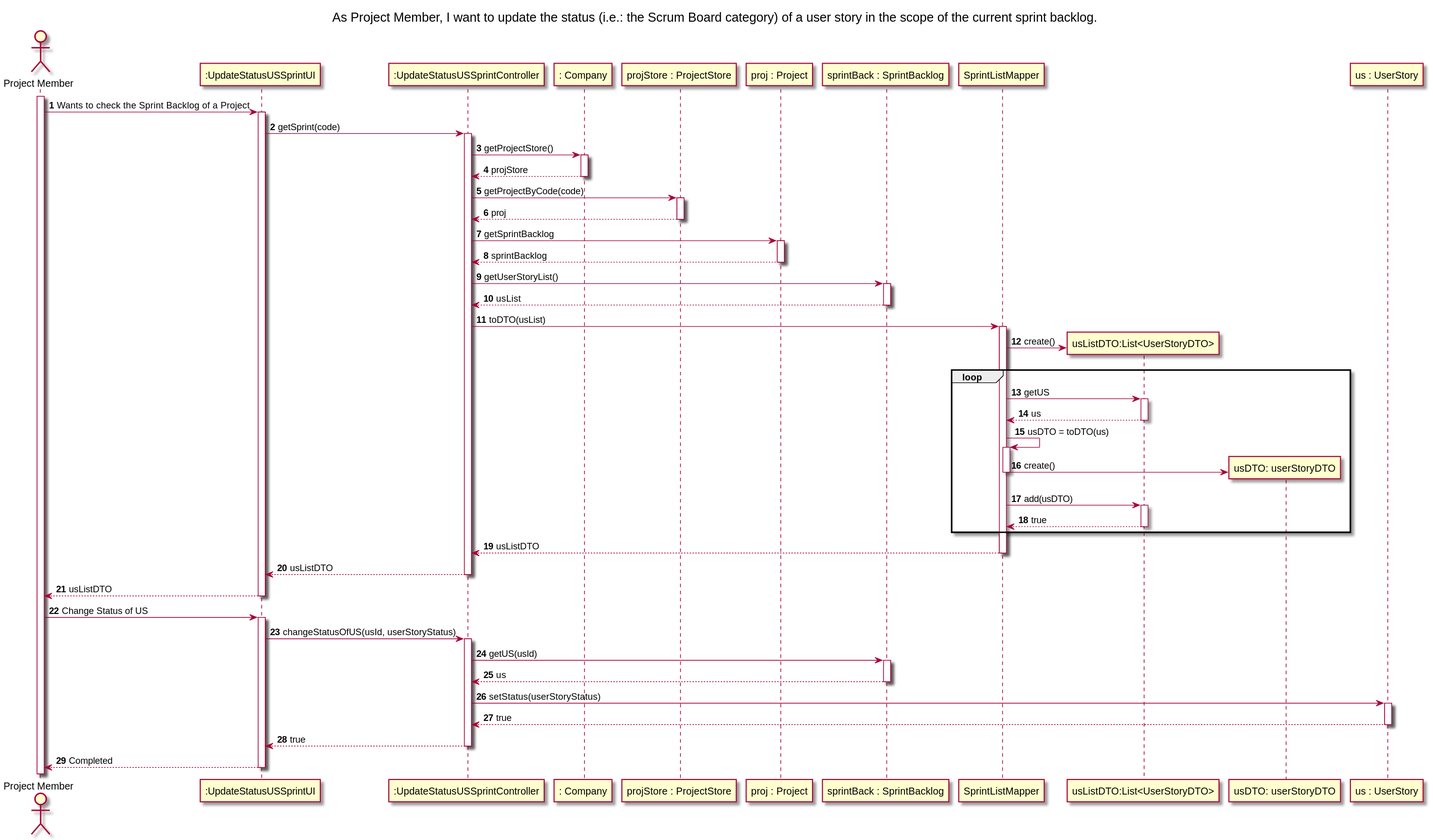
Before: docs/Sprint3/US034/US034-SD.svg, a diagram exported from PlantUML (nunogon1211787/projectManagement). Source of this version:
```plantuml
@startuml

title As Project Member, I want to update the status (i.e.: the Scrum Board category) of a user story in the scope of the current sprint backlog.

autoactivate on
autonumber

actor "Project Member" as PM
participant ":UpdateStatusUSSprintUI" as System
participant ":UpdateStatusUSSprintController" as Ctrl
participant ": Company" as C1
participant "projStore : ProjectStore" as C2
participant "proj : Project" as C3
participant "sprintBack : SprintBacklog" as C4
participant "SprintListMapper" as C5
participant "usListDTO:List<UserStoryDTO>" as C5.1
participant "usDTO: userStoryDTO" as C5.2
participant "us : UserStory" as C6

activate PM



PM -> System: Wants to check the Sprint Backlog of a Project
System -> Ctrl: getSprint(code)
Ctrl -> C1: getProjectStore()
C1 --> Ctrl: projStore
Ctrl -> C2: getProjectByCode(code)
C2 --> Ctrl: proj
Ctrl -> C3: getSprintBacklog
C3 --> Ctrl: sprintBacklog
Ctrl -> C4: getUserStoryList()
C4 --> Ctrl: usList
Ctrl -> C5: toDTO(usList)
C5 -> C5.1 ** : create()
loop
C5 -> C5.1: getUS
C5.1 --> C5: us
C5 -> C5: usDTO = toDTO(us)
C5 -> C5.2 ** : create()
deactivate C5
C5 -> C5.1: add(usDTO)
C5.1 --> C5: true
end
C5 --> Ctrl: usListDTO
Ctrl --> System: usListDTO
System --> PM: usListDTO
PM -> System: Change Status of US
System -> Ctrl: changeStatusOfUS(usId, userStoryStatus)
Ctrl -> C4: getUS(usId)
C4 --> Ctrl: us
Ctrl -> C6: setStatus(userStoryStatus)
C6 --> Ctrl: true
Ctrl --> System: true
System --> PM: Completed





@enduml
```
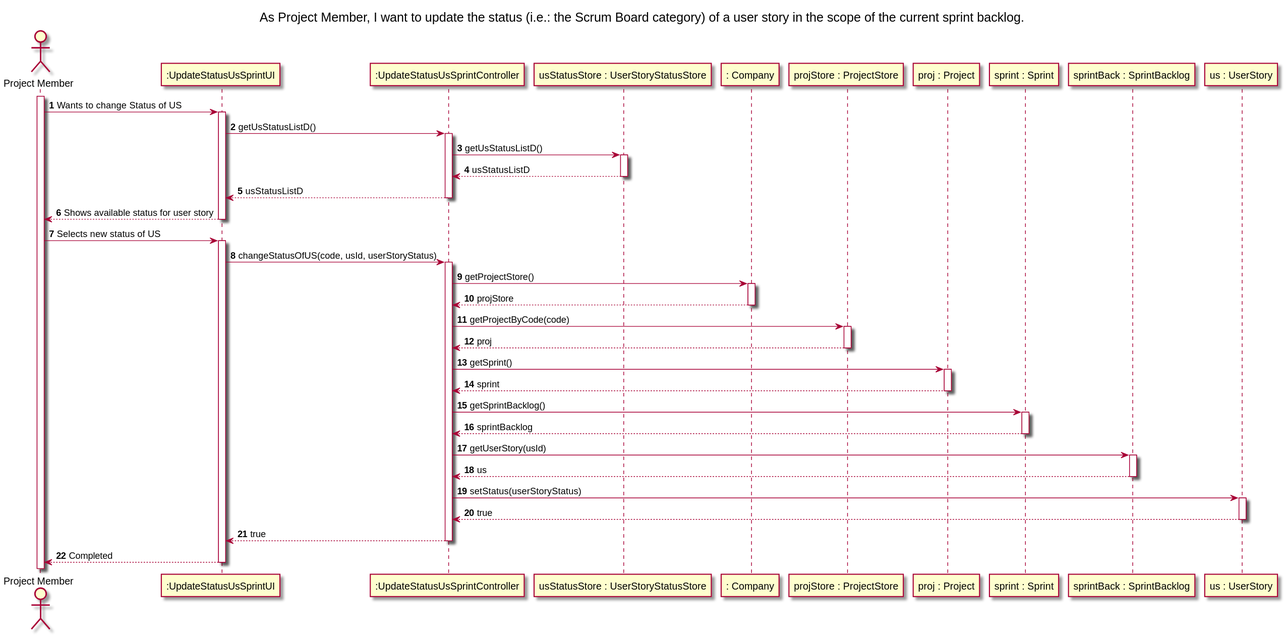
After the commit.

Diff of the diagram source:
```diff
@@ -6,48 +6,37 @@
 autonumber
 
 actor "Project Member" as PM
-participant ":UpdateStatusUSSprintUI" as System
-participant ":UpdateStatusUSSprintController" as Ctrl
+participant ":UpdateStatusUsSprintUI" as System
+participant ":UpdateStatusUsSprintController" as Ctrl
+participant "usStatusStore : UserStoryStatusStore" as C7
 participant ": Company" as C1
 participant "projStore : ProjectStore" as C2
 participant "proj : Project" as C3
+participant "sprint : Sprint" as C5
 participant "sprintBack : SprintBacklog" as C4
-participant "SprintListMapper" as C5
-participant "usListDTO:List<UserStoryDTO>" as C5.1
-participant "usDTO: userStoryDTO" as C5.2
+
 participant "us : UserStory" as C6
 
 activate PM
 
+PM -> System: Wants to change Status of US
+System -> Ctrl: getUsStatusListD()
+Ctrl -> C7: getUsStatusListD()
+C7 --> Ctrl: usStatusListD
+Ctrl --> System: usStatusListD
+System --> PM: Shows available status for user story
 
-
-PM -> System: Wants to check the Sprint Backlog of a Project
-System -> Ctrl: getSprint(code)
+PM -> System: Selects new status of US
+System -> Ctrl: changeStatusOfUS(code, usId, userStoryStatus)
 Ctrl -> C1: getProjectStore()
 C1 --> Ctrl: projStore
 Ctrl -> C2: getProjectByCode(code)
 C2 --> Ctrl: proj
-Ctrl -> C3: getSprintBacklog
-C3 --> Ctrl: sprintBacklog
-Ctrl -> C4: getUserStoryList()
-C4 --> Ctrl: usList
-Ctrl -> C5: toDTO(usList)
-C5 -> C5.1 ** : create()
-loop
-C5 -> C5.1: getUS
-C5.1 --> C5: us
-C5 -> C5: usDTO = toDTO(us)
-C5 -> C5.2 ** : create()
-deactivate C5
-C5 -> C5.1: add(usDTO)
-C5.1 --> C5: true
-end
-C5 --> Ctrl: usListDTO
-Ctrl --> System: usListDTO
-System --> PM: usListDTO
-PM -> System: Change Status of US
-System -> Ctrl: changeStatusOfUS(usId, userStoryStatus)
-Ctrl -> C4: getUS(usId)
+Ctrl -> C3: getSprint()
+C3 --> Ctrl: sprint
+Ctrl -> C5: getSprintBacklog()
+C5 --> Ctrl: sprintBacklog
+Ctrl -> C4: getUserStory(usId)
 C4 --> Ctrl: us
 Ctrl -> C6: setStatus(userStoryStatus)
 C6 --> Ctrl: true
```
